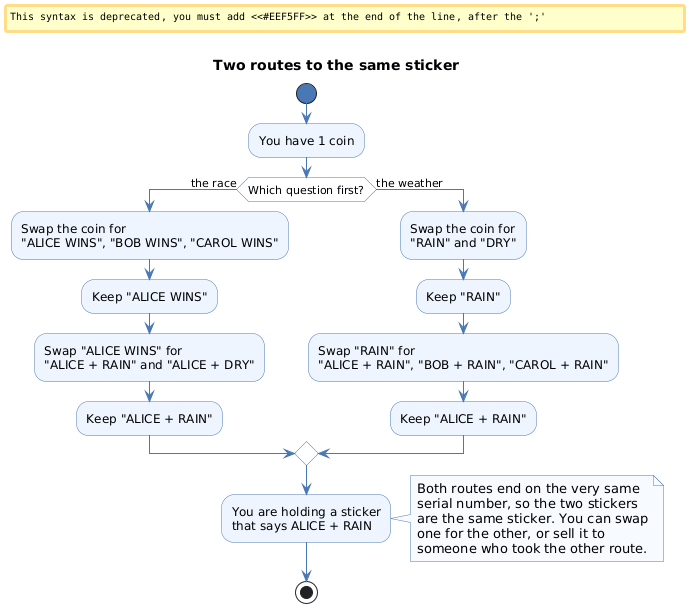
This is assets/article/blockchain/defi/conditional-tokens/conditional-tokens-eli10-two-routes-workflow.png from rya-sge/access-denied, a PlantUML export, as it was before one commit. Its diagram source:
```plantuml
@startuml
title Two routes to the same sticker
skinparam shadowing false
skinparam ArrowColor #4A78B5
skinparam activity {
  BackgroundColor #EEF5FF
  BorderColor #4A78B5
  DiamondBackgroundColor #FFFFFF
  DiamondBorderColor #4A78B5
  StartColor #4A78B5
  EndColor #4A78B5
}
skinparam note {
  BackgroundColor #F7FAFF
  BorderColor #4A78B5
}

start
:You have 1 coin;

if (Which question first?) then (the race)
  :Swap the coin for\n"ALICE WINS", "BOB WINS", "CAROL WINS";
  :Keep "ALICE WINS";
  :Swap "ALICE WINS" for\n"ALICE + RAIN" and "ALICE + DRY";
  :Keep "ALICE + RAIN";
else (the weather)
  :Swap the coin for\n"RAIN" and "DRY";
  :Keep "RAIN";
  :Swap "RAIN" for\n"ALICE + RAIN", "BOB + RAIN", "CAROL + RAIN";
  :Keep "ALICE + RAIN";
endif

#EEF5FF:You are holding a sticker
that says ALICE + RAIN;

note right
  Both routes end on the very same
  serial number, so the two stickers
  are the same sticker. You can swap
  one for the other, or sell it to
  someone who took the other route.
end note

stop
@enduml
```
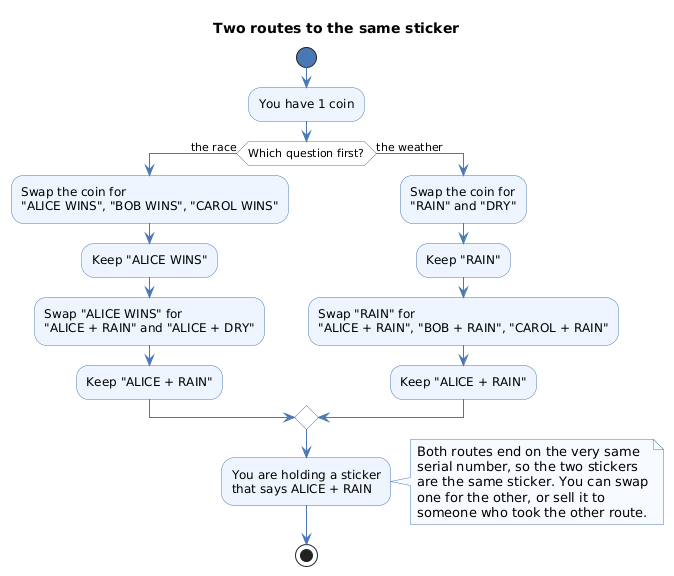
Above is the later version.

The edit, as a diff of the source:
```diff
@@ -30,8 +30,8 @@
   :Keep "ALICE + RAIN";
 endif
 
-#EEF5FF:You are holding a sticker
-that says ALICE + RAIN;
+:You are holding a sticker
+that says ALICE + RAIN;<<#EEF5FF>>
 
 note right
   Both routes end on the very same
```
